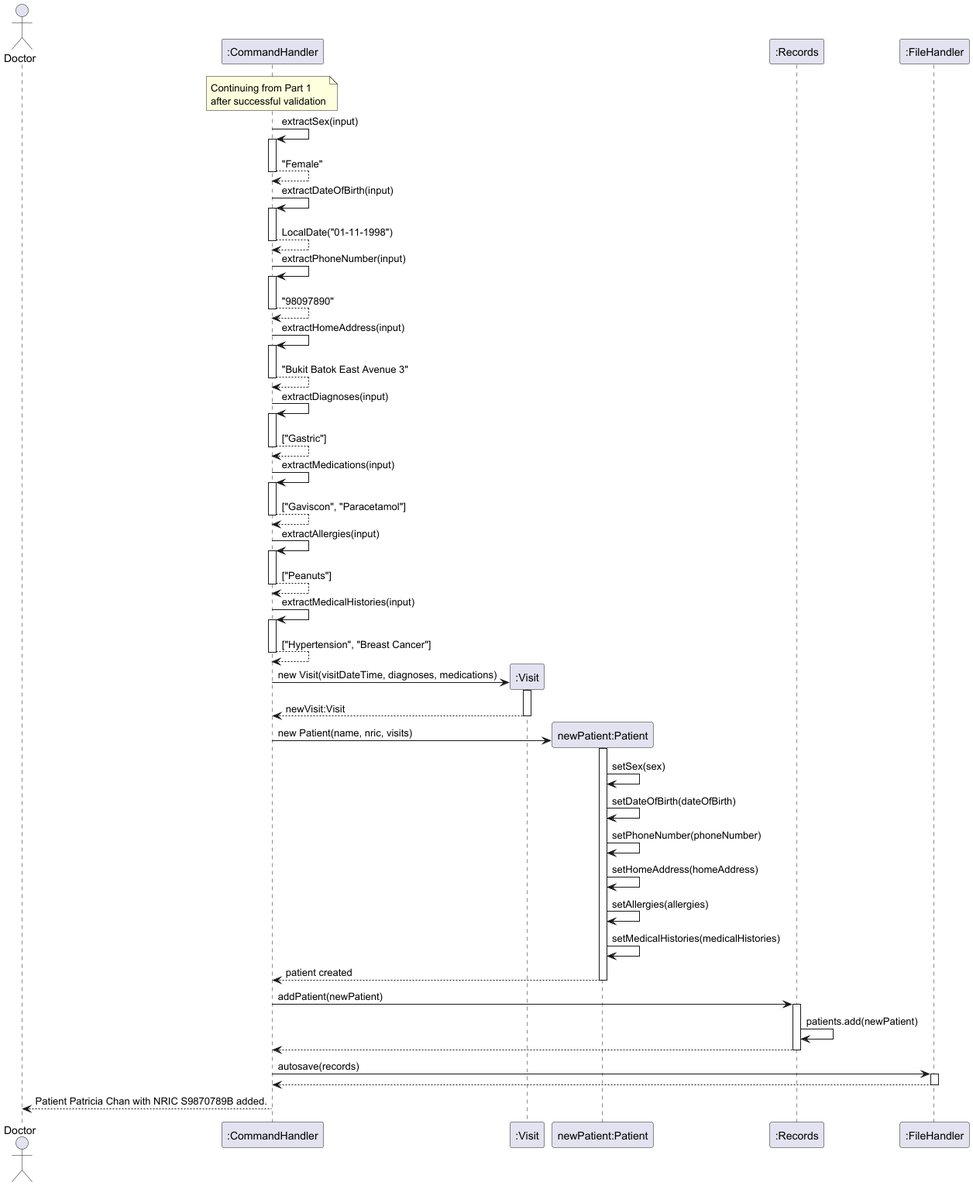
yentheng0110/tp keeps this PlantUML diagram as docs/NewPatientSequenceDiagram_2.png. Above is the earlier version.
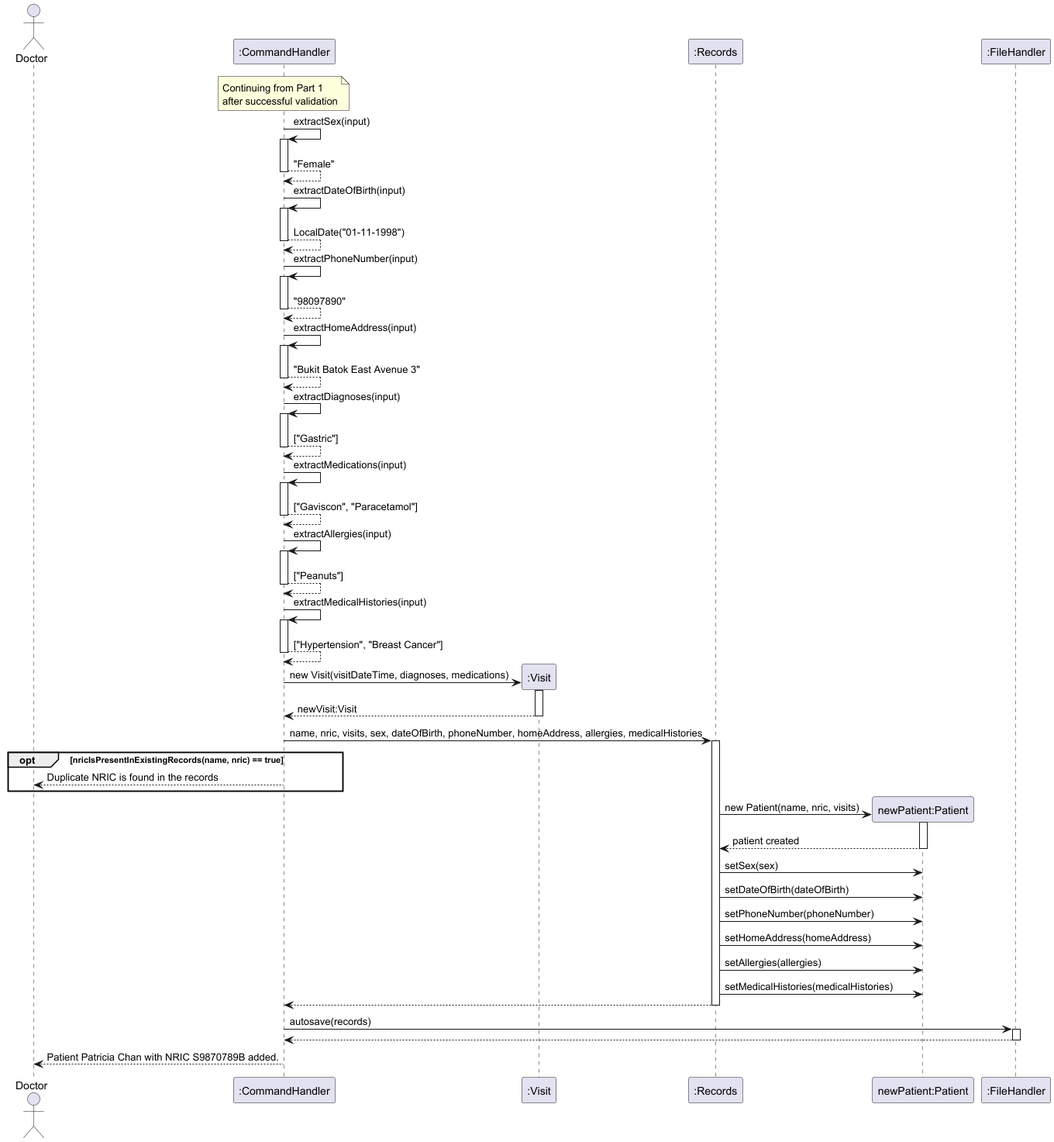
The same diagram one commit later.

What changed in the source:
```diff
@@ -35,22 +35,22 @@
 ":CommandHandler" <-- ":Visit": newVisit:Visit
 deactivate ":Visit"
 
+":CommandHandler" -> ":Records" ++: name, nric, visits, sex, dateOfBirth, phoneNumber, homeAddress, allergies, medicalHistories
+
+opt nricIsPresentInExistingRecords(name, nric) == true
+    Doctor <-- ":CommandHandler" : Duplicate NRIC is found in the records
+    end
+
 create "newPatient:Patient"
-":CommandHandler" -> "newPatient:Patient"**: new Patient(name, nric, visits)
-activate "newPatient:Patient"
-
-"newPatient:Patient" -> "newPatient:Patient": setSex(sex)
-"newPatient:Patient" -> "newPatient:Patient": setDateOfBirth(dateOfBirth)
-"newPatient:Patient" -> "newPatient:Patient": setPhoneNumber(phoneNumber)
-"newPatient:Patient" -> "newPatient:Patient": setHomeAddress(homeAddress)
-"newPatient:Patient" -> "newPatient:Patient": setAllergies(allergies)
-"newPatient:Patient" -> "newPatient:Patient": setMedicalHistories(medicalHistories)
-
-":CommandHandler" <-- "newPatient:Patient": patient created
+":Records" -> "newPatient:Patient" ++: new Patient(name, nric, visits)
+":Records" <-- "newPatient:Patient": patient created
 deactivate "newPatient:Patient"
-
-":CommandHandler" -> ":Records" ++: addPatient(newPatient)
-":Records" -> ":Records": patients.add(newPatient)
+":Records" -> "newPatient:Patient": setSex(sex)
+":Records" -> "newPatient:Patient": setDateOfBirth(dateOfBirth)
+":Records" -> "newPatient:Patient": setPhoneNumber(phoneNumber)
+":Records" -> "newPatient:Patient": setHomeAddress(homeAddress)
+":Records" -> "newPatient:Patient": setAllergies(allergies)
+":Records" -> "newPatient:Patient": setMedicalHistories(medicalHistories)
 return
 
 ":CommandHandler" -> ":FileHandler" ++: autosave(records)
```
